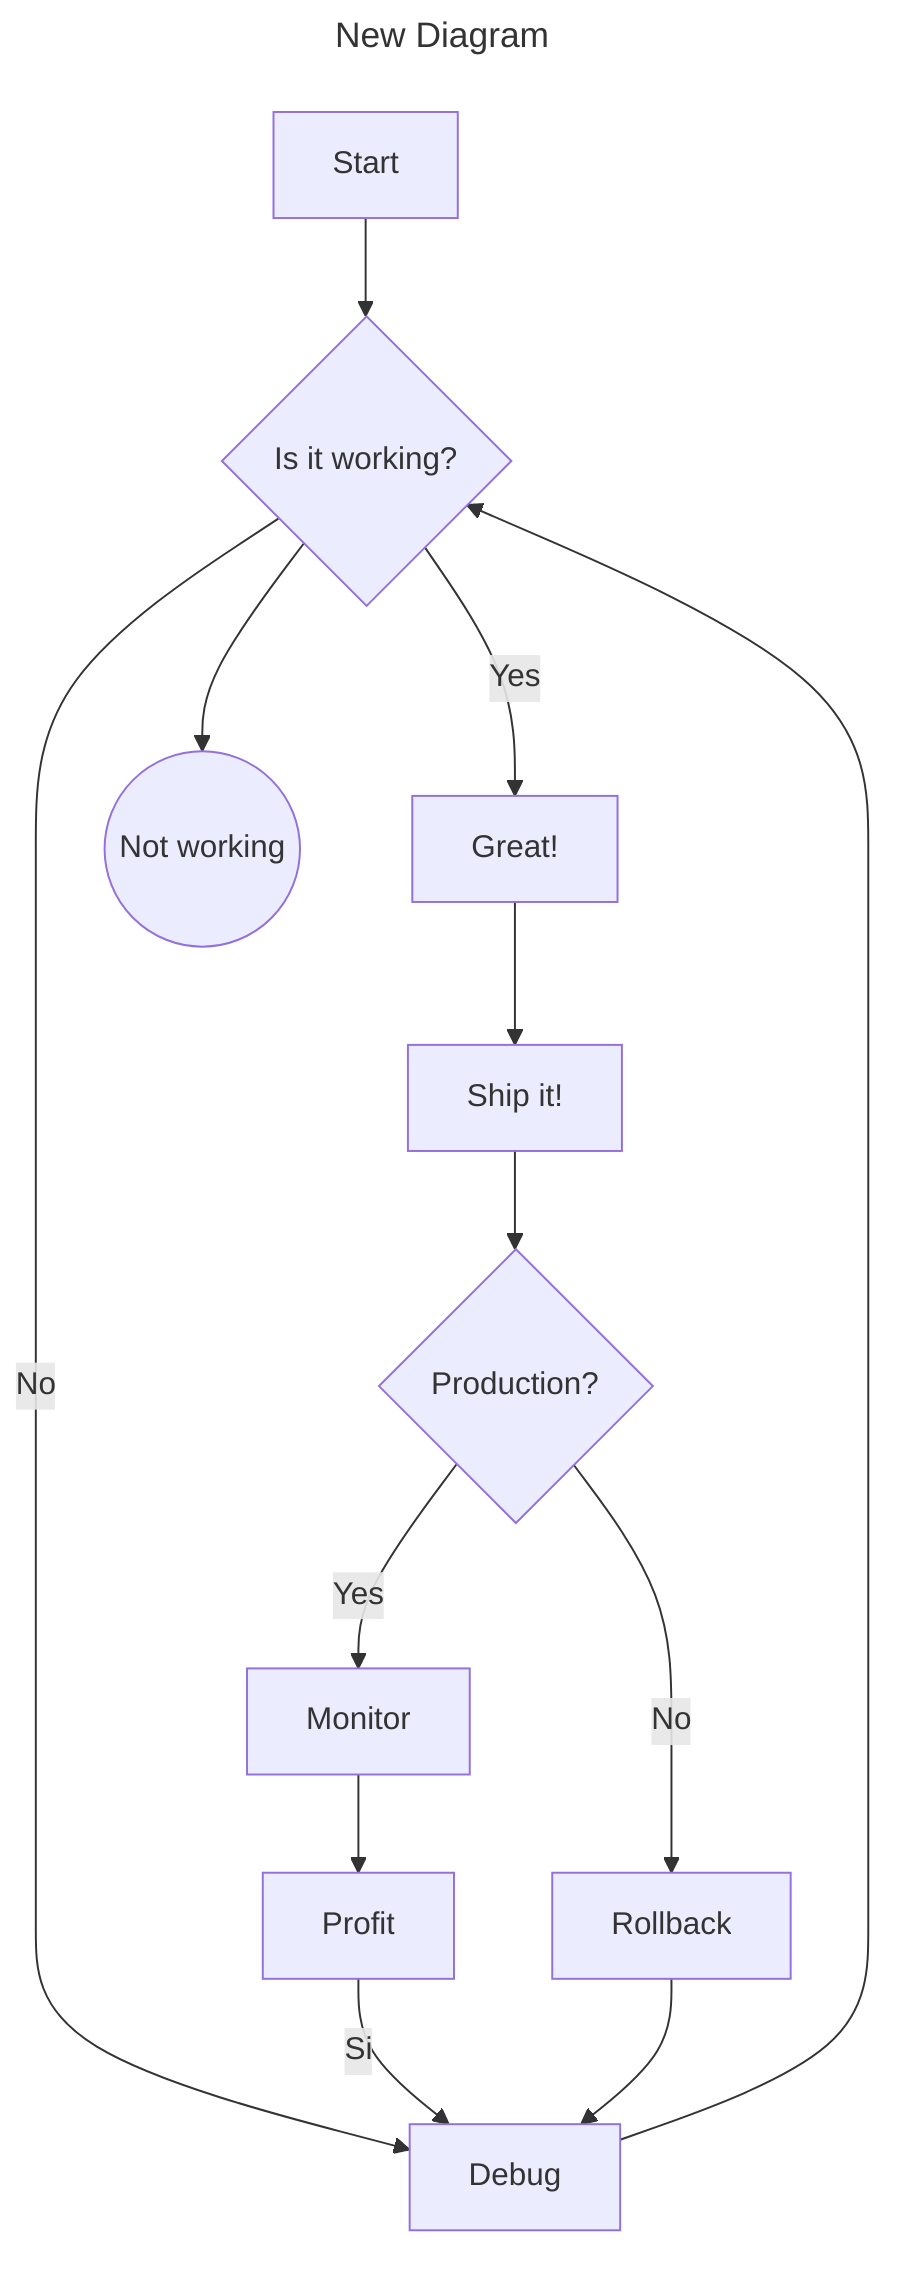
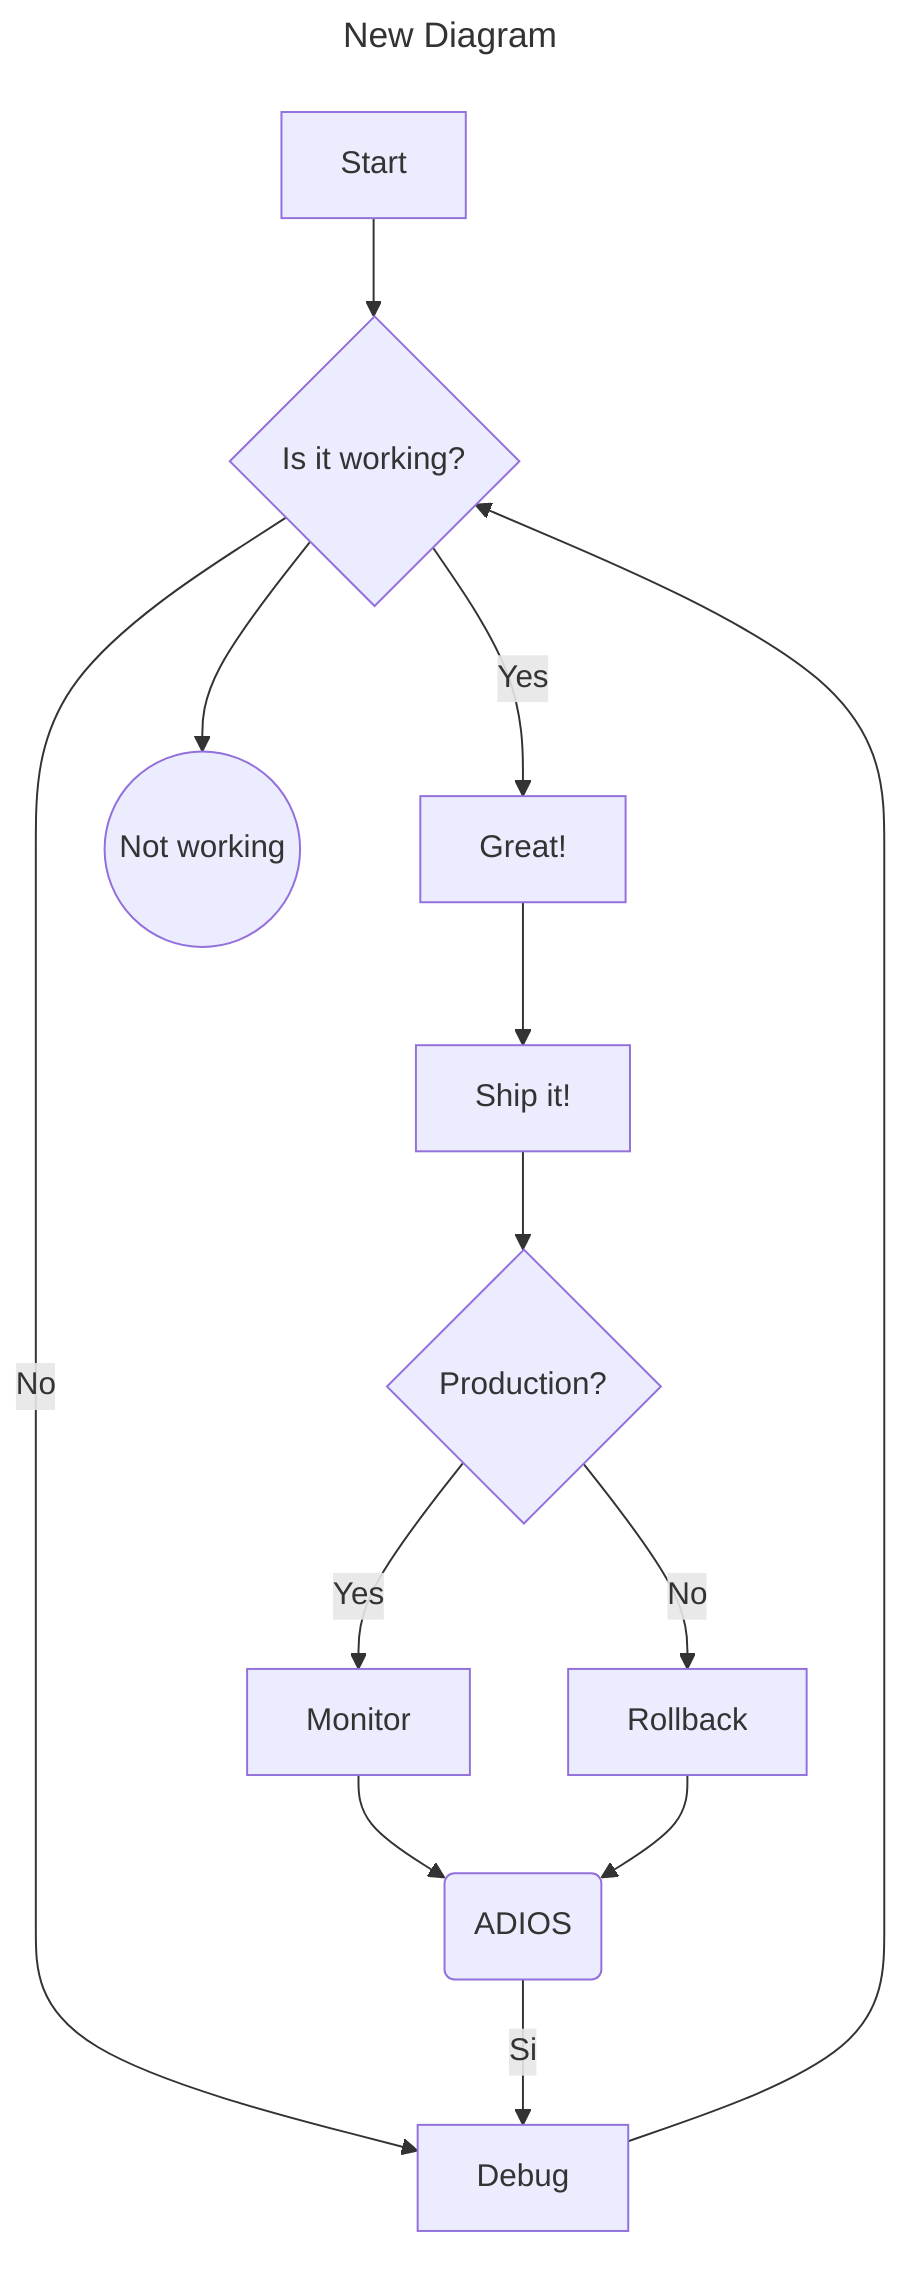
---
title: New Diagram
theme: dark
---

graph TD
    A[Start] --> B{Is it working?}
    B -->|Yes| C[Great!]
    B -->|No| D[Debug]
    D --> B
    B --> E((Not working))
    C --> F[Ship it!]
    F --> G{Production?}
    G -->|Yes| H[Monitor]
    G -->|No| I[Rollback]
    H --> J[Profit]
    J --> |Si|D
-     I --> D
+     I --> J(ADIOS)

- %%# @280,12 System flow from start to production
- %%# @-152,230 Debug loop ensures quality
+ 
